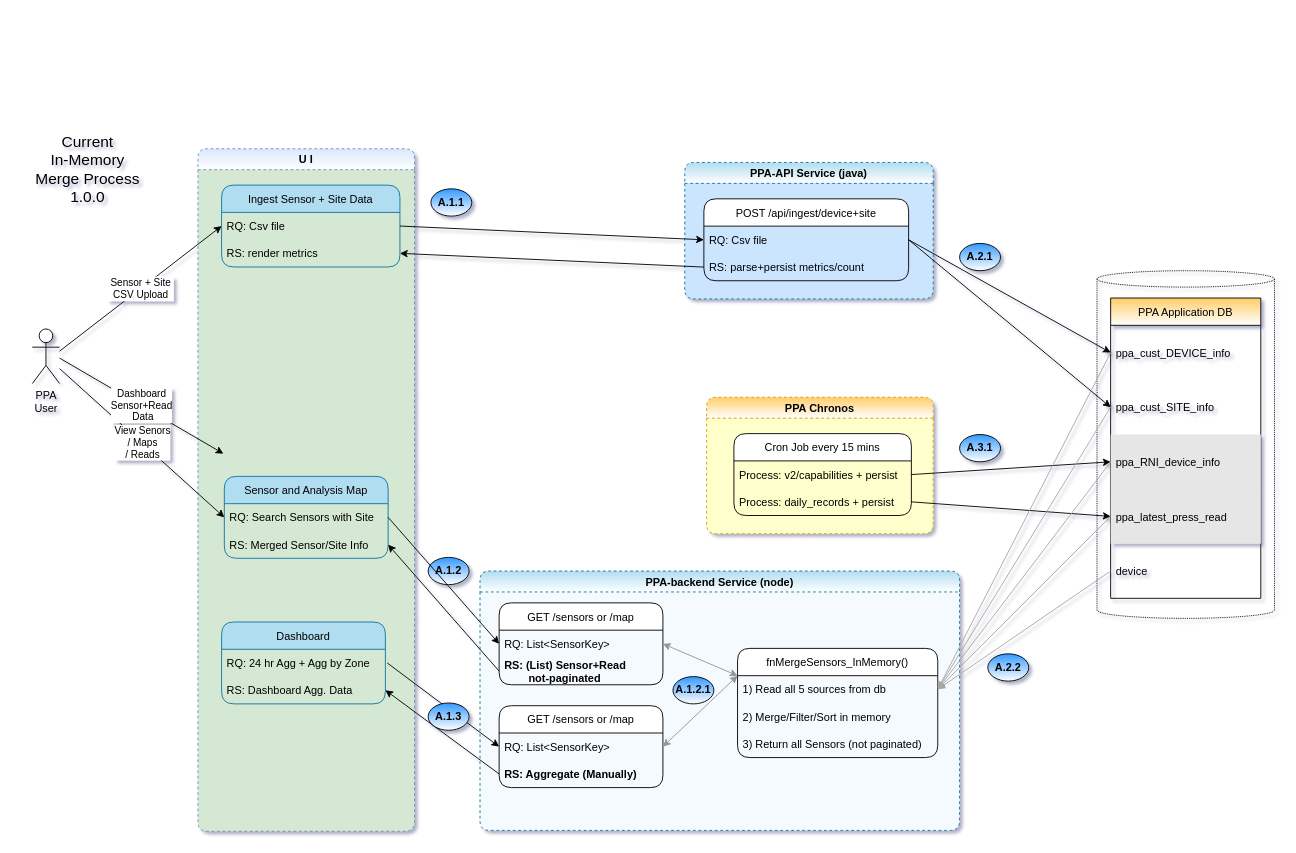
Earlier version of the draw.io diagram ppa/sensor-agg-IN-MEMORY-v1.drawio (rajeshpv-common/my-drawio). Source tidied: cells renumbered, new cells numbered last; positions are measured from the earlier drawing's top-left corner, leaving out a move shared by most shapes. Both pictures are drawn from the tidied source at 91%, with x=0, y=0 at pixel (19, 148).
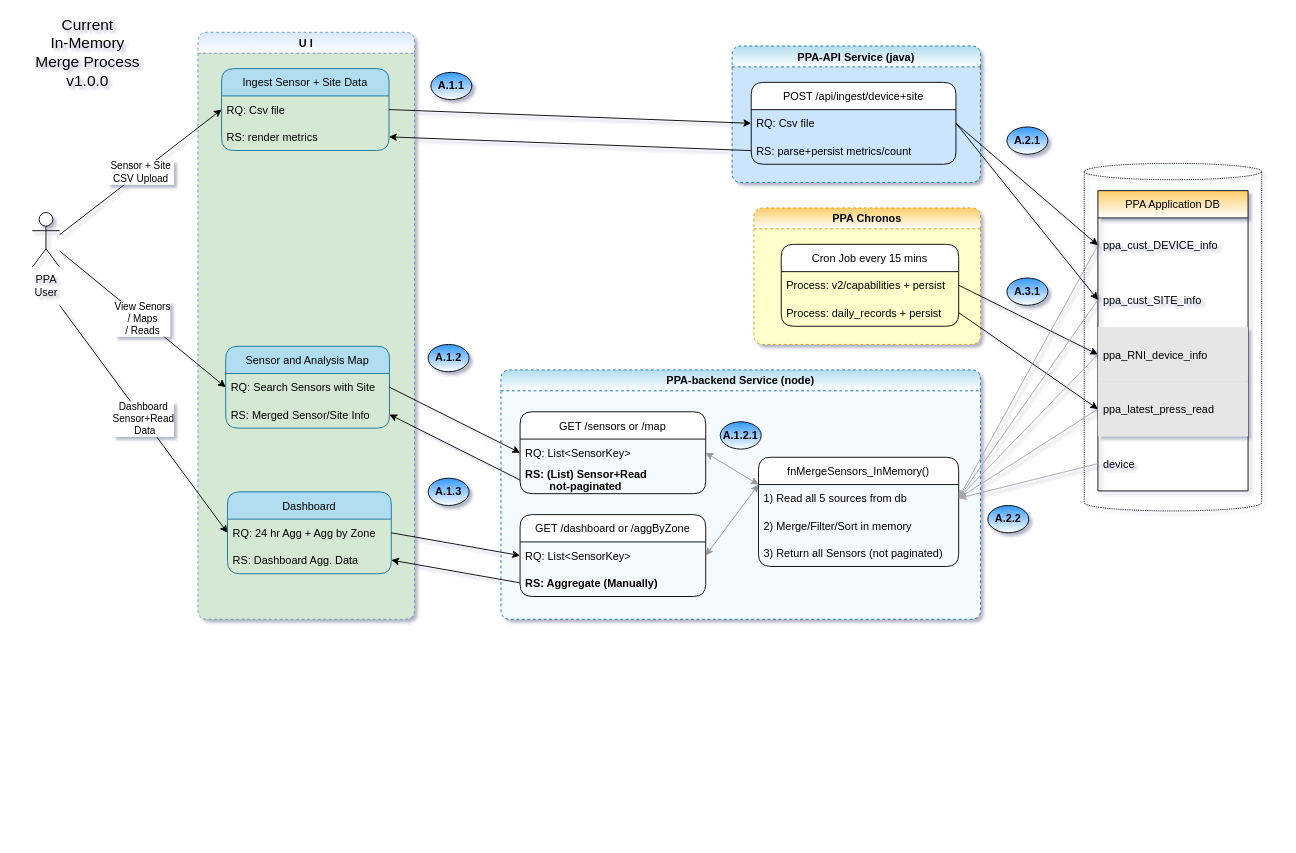
After the change.

The change refers to these unchanged cells:
```xml
<mxCell id="30" value="RQ: 24 hr Agg + Agg by Zone" style="text;strokeColor=none;fillColor=none;align=left;verticalAlign=middle;spacingLeft=4;spacingRight=4;overflow=hidden;points=[[0,0.5],[1,0.5]];portConstraint=eastwest;rounded=1;" parent="29" vertex="1">
  <mxGeometry y="30" width="180" height="30" as="geometry" />
</mxCell>
```

Change to the diagram source:
```diff
@@
     <mxCell id="2" style="shape=cylinder3;whiteSpace=wrap;html=1;boundedLbl=1;backgroundOutline=1;size=9;strokeColor=default;fillColor=none;gradientColor=#ffffff;dashed=1;dashPattern=1 1;" parent="1" vertex="1">
-      <mxGeometry x="1184" y="134" width="195" height="382" as="geometry" />
+      <mxGeometry x="1170" y="16" width="195" height="382" as="geometry" />
     </mxCell>
     <mxCell id="3" value="PPA-backend Service (node)" style="swimlane;rounded=1;dashed=1;fillColor=#b1ddf0;strokeColor=#10739e;swimlaneFillColor=#F5FAFF;gradientColor=#ffffff;" parent="1" vertex="1">
-      <mxGeometry x="506" y="464" width="527" height="285" as="geometry" />
+      <mxGeometry x="529" y="243" width="527" height="274" as="geometry" />
     </mxCell>
     <mxCell id="4" value="GET /sensors or /map" style="swimlane;fontStyle=0;horizontal=1;startSize=30;rounded=1;" parent="3" vertex="1">
-      <mxGeometry x="21" y="35" width="180" height="90" as="geometry" />
+      <mxGeometry x="21" y="46" width="204" height="90" as="geometry" />
     </mxCell>
     <mxCell id="5" value="RQ: List&lt;SensorKey&gt;" style="text;strokeColor=none;fillColor=none;align=left;verticalAlign=middle;spacingLeft=4;spacingRight=4;overflow=hidden;points=[[0,0.5],[1,0.5]];portConstraint=eastwest;rounded=1;" parent="4" vertex="1">
-      <mxGeometry y="30" width="180" height="30" as="geometry" />
+      <mxGeometry y="30" width="204" height="30" as="geometry" />
     </mxCell>
     <mxCell id="6" value="RS: (List) Sensor+Read&#10;        not-paginated" style="text;strokeColor=none;fillColor=none;align=left;verticalAlign=middle;spacingLeft=4;spacingRight=4;overflow=hidden;points=[[0,0.5],[1,0.5]];portConstraint=eastwest;rounded=1;fontStyle=1;" parent="4" vertex="1">
-      <mxGeometry y="60" width="180" height="30" as="geometry" />
+      <mxGeometry y="60" width="204" height="30" as="geometry" />
     </mxCell>
     <mxCell id="7" value="fnMergeSensors_InMemory()" style="swimlane;fontStyle=0;horizontal=1;startSize=30;rounded=1;" parent="3" vertex="1">
-      <mxGeometry x="283" y="85" width="220" height="120" as="geometry" />
+      <mxGeometry x="283" y="96" width="220" height="120" as="geometry" />
     </mxCell>
@@
     <mxCell id="11" value="&lt;b&gt;A.1.2.1&lt;/b&gt;" style="ellipse;whiteSpace=wrap;html=1;gradientColor=#ffffff;fillColor=#3399FF;" parent="3" vertex="1">
-      <mxGeometry x="212" y="116" width="45" height="30" as="geometry" />
+      <mxGeometry x="241" y="57" width="45" height="30" as="geometry" />
     </mxCell>
-    <mxCell id="12" value="GET /sensors or /map" style="swimlane;fontStyle=0;horizontal=1;startSize=30;rounded=1;" parent="3" vertex="1">
-      <mxGeometry x="21" y="148" width="180" height="90" as="geometry" />
+    <mxCell id="12" value="GET /dashboard or /aggByZone" style="swimlane;fontStyle=0;horizontal=1;startSize=30;rounded=1;" parent="3" vertex="1">
+      <mxGeometry x="21" y="159" width="204" height="90" as="geometry" />
     </mxCell>
     <mxCell id="13" value="RQ: List&lt;SensorKey&gt;" style="text;strokeColor=none;fillColor=none;align=left;verticalAlign=middle;spacingLeft=4;spacingRight=4;overflow=hidden;points=[[0,0.5],[1,0.5]];portConstraint=eastwest;rounded=1;" parent="12" vertex="1">
-      <mxGeometry y="30" width="180" height="30" as="geometry" />
+      <mxGeometry y="30" width="204" height="30" as="geometry" />
     </mxCell>
     <mxCell id="14" value="RS: Aggregate (Manually)" style="text;strokeColor=none;fillColor=none;align=left;verticalAlign=middle;spacingLeft=4;spacingRight=4;overflow=hidden;points=[[0,0.5],[1,0.5]];portConstraint=eastwest;rounded=1;fontStyle=1;" parent="12" vertex="1">
-      <mxGeometry y="60" width="180" height="30" as="geometry" />
+      <mxGeometry y="60" width="204" height="30" as="geometry" />
     </mxCell>
@@
     <mxCell id="17" value="PPA-API Service (java)" style="swimlane;rounded=1;dashed=1;fillColor=#b1ddf0;strokeColor=#10739e;swimlaneFillColor=#CCE5FF;gradientColor=#ffffff;" parent="1" vertex="1">
-      <mxGeometry x="731" y="15" width="273" height="150" as="geometry" />
+      <mxGeometry x="783" y="-113" width="273" height="150" as="geometry" />
     </mxCell>
@@
     <mxCell id="21" value="U I" style="swimlane;rounded=1;dashed=1;fillColor=#dae8fc;strokeColor=#6c8ebf;gradientColor=#ffffff;swimlaneFillColor=#D5E8D4;" parent="1" vertex="1">
-      <mxGeometry x="196" width="238" height="750" as="geometry" />
+      <mxGeometry x="196" y="-128" width="238" height="645" as="geometry" />
     </mxCell>
@@
     <mxCell id="23" value="Ingest Sensor + Site Data" style="swimlane;fontStyle=0;horizontal=1;startSize=30;rounded=1;labelBackgroundColor=none;fillColor=#b1ddf0;strokeColor=#10739e;" parent="21" vertex="1">
-      <mxGeometry x="26" y="39.9" width="196" height="90" as="geometry" />
+      <mxGeometry x="26" y="39.9" width="184" height="90" as="geometry" />
     </mxCell>
     <mxCell id="24" value="RQ: Csv file" style="text;strokeColor=none;fillColor=none;align=left;verticalAlign=middle;spacingLeft=4;spacingRight=4;overflow=hidden;points=[[0,0.5],[1,0.5]];portConstraint=eastwest;rounded=1;" parent="23" vertex="1">
-      <mxGeometry y="30" width="196" height="30" as="geometry" />
+      <mxGeometry y="30" width="184" height="30" as="geometry" />
     </mxCell>
     <mxCell id="25" value="RS: render metrics" style="text;strokeColor=none;fillColor=none;align=left;verticalAlign=middle;spacingLeft=4;spacingRight=4;overflow=hidden;points=[[0,0.5],[1,0.5]];portConstraint=eastwest;rounded=1;" parent="23" vertex="1">
-      <mxGeometry y="60" width="196" height="30" as="geometry" />
+      <mxGeometry y="60" width="184" height="30" as="geometry" />
     </mxCell>
     <mxCell id="26" value="Sensor and Analysis Map" style="swimlane;fontStyle=0;horizontal=1;startSize=30;rounded=1;labelBackgroundColor=none;fillColor=#b1ddf0;strokeColor=#10739e;" parent="21" vertex="1">
-      <mxGeometry x="29" y="360" width="180" height="90" as="geometry" />
+      <mxGeometry x="30.5" y="345" width="180" height="90" as="geometry" />
     </mxCell>
@@
     <mxCell id="29" value="Dashboard" style="swimlane;fontStyle=0;horizontal=1;startSize=30;rounded=1;labelBackgroundColor=none;fillColor=#b1ddf0;strokeColor=#10739e;" parent="21" vertex="1">
-      <mxGeometry x="26" y="520" width="180" height="90" as="geometry" />
+      <mxGeometry x="32.5" y="505" width="180" height="90" as="geometry" />
     </mxCell>
@@
     <mxCell id="32" value="PPA &lt;br&gt;User" style="shape=umlActor;verticalLabelPosition=bottom;verticalAlign=top;html=1;outlineConnect=0;rounded=1;" parent="1" vertex="1">
-      <mxGeometry x="14" y="198" width="30" height="60" as="geometry" />
+      <mxGeometry x="14" y="70" width="30" height="60" as="geometry" />
     </mxCell>
@@
     <mxCell id="37" value="&lt;b&gt;A.1.1&lt;/b&gt;" style="ellipse;whiteSpace=wrap;html=1;gradientColor=#ffffff;fillColor=#3399FF;" parent="1" vertex="1">
-      <mxGeometry x="452" y="44" width="45" height="30" as="geometry" />
+      <mxGeometry x="452" y="-84" width="45" height="30" as="geometry" />
     </mxCell>
     <mxCell id="38" value="&lt;b&gt;A.1.2&lt;/b&gt;" style="ellipse;whiteSpace=wrap;html=1;gradientColor=#ffffff;fillColor=#3399FF;" parent="1" vertex="1">
-      <mxGeometry x="449" y="449" width="45" height="30" as="geometry" />
+      <mxGeometry x="449" y="215" width="45" height="30" as="geometry" />
     </mxCell>
@@
     <mxCell id="41" value="PPA Chronos" style="swimlane;rounded=1;dashed=1;fillColor=#FFCD69;strokeColor=#d79b00;swimlaneFillColor=#FFFFCC;gradientColor=#ffffff;" parent="1" vertex="1">
-      <mxGeometry x="755" y="273" width="249" height="150" as="geometry" />
+      <mxGeometry x="807" y="65" width="249" height="150" as="geometry" />
     </mxCell>
@@
     <mxCell id="45" value="PPA Application DB" style="swimlane;fontStyle=0;horizontal=1;startSize=30;fillColor=#FFCD69;gradientColor=#ffffff;" parent="1" vertex="1">
-      <mxGeometry x="1199" y="164" width="165" height="330" as="geometry" />
+      <mxGeometry x="1185" y="46" width="165" height="330" as="geometry" />
     </mxCell>
@@
     <mxCell id="59" value="&lt;b&gt;A.2.1&lt;br&gt;&lt;/b&gt;" style="ellipse;whiteSpace=wrap;html=1;gradientColor=#ffffff;fillColor=#3399FF;" parent="1" vertex="1">
-      <mxGeometry x="1033" y="104" width="45" height="30" as="geometry" />
+      <mxGeometry x="1085" y="-24" width="45" height="30" as="geometry" />
     </mxCell>
     <mxCell id="60" value="&lt;b&gt;A.2.2&lt;br&gt;&lt;/b&gt;" style="ellipse;whiteSpace=wrap;html=1;gradientColor=#ffffff;fillColor=#3399FF;" parent="1" vertex="1">
-      <mxGeometry x="1064" y="555" width="45" height="30" as="geometry" />
+      <mxGeometry x="1064" y="392" width="45" height="30" as="geometry" />
     </mxCell>
     <mxCell id="61" value="&lt;b&gt;A.3.1&lt;br&gt;&lt;/b&gt;" style="ellipse;whiteSpace=wrap;html=1;gradientColor=#ffffff;fillColor=#3399FF;" parent="1" vertex="1">
-      <mxGeometry x="1033" y="314" width="45" height="30" as="geometry" />
+      <mxGeometry x="1085" y="142" width="45" height="30" as="geometry" />
     </mxCell>
-    <mxCell id="62" value="Current &lt;br&gt;In-Memory &lt;br&gt;Merge Process &lt;br style=&quot;font-size: 17px&quot;&gt;1.0.0" style="text;html=1;strokeColor=none;fillColor=none;align=center;verticalAlign=middle;whiteSpace=wrap;rounded=0;dashed=1;dashPattern=1 1;fontSize=17;shadow=1;sketch=0;" parent="1" vertex="1">
-      <mxGeometry width="150" height="45" as="geometry" />
+    <mxCell id="62" value="Current &lt;br&gt;In-Memory &lt;br&gt;Merge Process &lt;br style=&quot;font-size: 17px&quot;&gt;v1.0.0" style="text;html=1;strokeColor=none;fillColor=none;align=center;verticalAlign=middle;whiteSpace=wrap;rounded=0;dashed=1;dashPattern=1 1;fontSize=17;shadow=1;sketch=0;" parent="1" vertex="1">
+      <mxGeometry y="-128" width="150" height="45" as="geometry" />
     </mxCell>
-    <mxCell id="63" value="Dashboard &lt;br&gt;Sensor+Read&lt;br&gt;&amp;nbsp;Data" style="endArrow=classic;html=1;rounded=0;" parent="1" edge="1">
+    <mxCell id="63" value="Dashboard &lt;br&gt;Sensor+Read&lt;br&gt;&amp;nbsp;Data" style="endArrow=classic;html=1;rounded=0;entryX=0;entryY=0.5;entryDx=0;entryDy=0;" parent="1" edge="1" target="30">
       <mxGeometry relative="1" as="geometry">
-        <mxPoint x="44" y="230" as="sourcePoint" />
-        <mxPoint x="224" y="335" as="targetPoint" />
+        <mxPoint x="44" y="172" as="sourcePoint" />
       </mxGeometry>
     </mxCell>
-    <mxCell id="64" style="endArrow=classic;html=1;rounded=0;entryX=0;entryY=0.5;entryDx=0;entryDy=0;exitX=1;exitY=0.5;exitDx=0;exitDy=0;" parent="1" edge="1" target="13">
-      <mxGeometry relative="1" as="geometry">
-        <mxPoint x="404" y="565" as="sourcePoint" />
-      </mxGeometry>
+    <mxCell id="64" style="endArrow=classic;html=1;rounded=0;entryX=0;entryY=0.5;entryDx=0;entryDy=0;exitX=1;exitY=0.5;exitDx=0;exitDy=0;" parent="1" edge="1" source="30" target="13">
+      <mxGeometry relative="1" as="geometry" />
     </mxCell>
@@
     <mxCell id="66" value="&lt;b&gt;A.1.3&lt;/b&gt;" style="ellipse;whiteSpace=wrap;html=1;gradientColor=#ffffff;fillColor=#3399FF;" parent="1" vertex="1">
-      <mxGeometry x="449" y="609" width="45" height="30" as="geometry" />
+      <mxGeometry x="449" y="362" width="45" height="30" as="geometry" />
     </mxCell>
```
